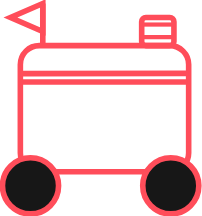
Earlier version of the draw.io export assets/svg/delivery-bot.svg (arghadeep25/arghadeep25.github.io). Source tidied: cells renumbered, new cells last; positions are measured from the earlier drawing's top-left corner, leaving out a move shared by most shapes.
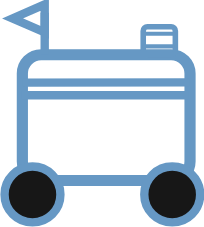
Above is the later version.

Diff of the diagram source:
```diff
@@ -2,48 +2,49 @@
   <root>
     <mxCell id="0" />
     <mxCell id="1" parent="0" />
-    <mxCell id="2" style="rounded=1;whiteSpace=wrap;html=1;gradientColor=#3333FF;fillColor=none;strokeColor=#FF4D5A;strokeWidth=4;" parent="1" vertex="1">
-      <mxGeometry x="13" y="30" width="120" height="90" as="geometry" />
+    <mxCell id="2" style="rounded=1;whiteSpace=wrap;html=1;gradientColor=#3333FF;fillColor=none;strokeColor=#6698C4;strokeWidth=8;" parent="1" vertex="1">
+      <mxGeometry x="-317.5" y="257.4" width="120" height="90" as="geometry" />
     </mxCell>
-    <mxCell id="3" style="ellipse;whiteSpace=wrap;html=1;gradientColor=none;fillColor=#171717;strokeColor=#FF4D5A;strokeWidth=4;" parent="1" vertex="1">
-      <mxGeometry x="0.2" y="110" width="40" height="40" as="geometry" />
+    <mxCell id="3" style="ellipse;whiteSpace=wrap;html=1;gradientColor=none;fillColor=#171717;strokeColor=#6698C4;strokeWidth=6;" parent="1" vertex="1">
+      <mxGeometry x="-330.2" y="337.4" width="40" height="40" as="geometry" />
     </mxCell>
-    <mxCell id="4" style="ellipse;whiteSpace=wrap;html=1;gradientColor=none;fillColor=#171717;strokeColor=#FF4D5A;strokeWidth=4;" parent="1" vertex="1">
-      <mxGeometry x="100.2" y="110" width="40" height="40" as="geometry" />
+    <mxCell id="4" style="ellipse;whiteSpace=wrap;html=1;gradientColor=none;fillColor=#171717;strokeColor=#6698C4;strokeWidth=6;" parent="1" vertex="1">
+      <mxGeometry x="-230.2" y="337.4" width="40" height="40" as="geometry" />
     </mxCell>
-    <mxCell id="5" style="endArrow=none;html=1;rounded=0;entryX=0.999;entryY=0.22;entryDx=0;entryDy=0;entryPerimeter=0;strokeColor=#FF4D5A;strokeWidth=4;" parent="1" edge="1" target="2">
+    <mxCell id="5" style="endArrow=none;html=1;rounded=0;entryX=0.999;entryY=0.22;entryDx=0;entryDy=0;entryPerimeter=0;strokeColor=#6698C4;strokeWidth=6;" parent="1" edge="1">
       <mxGeometry relative="1" as="geometry">
-        <mxPoint x="13" y="50" as="sourcePoint" />
+        <mxPoint x="-317.5" y="277.4" as="sourcePoint" />
+        <mxPoint x="-197.6" y="277.2" as="targetPoint" />
       </mxGeometry>
     </mxCell>
-    <mxCell id="6" style="endArrow=none;html=1;rounded=0;entryX=0.999;entryY=0.22;entryDx=0;entryDy=0;entryPerimeter=0;strokeColor=#FF4D5A;strokeWidth=4;" parent="1" edge="1">
+    <mxCell id="6" style="endArrow=none;html=1;rounded=0;entryX=0.999;entryY=0.22;entryDx=0;entryDy=0;entryPerimeter=0;strokeColor=#6698C4;strokeWidth=6;" parent="1" edge="1">
       <mxGeometry relative="1" as="geometry">
-        <mxPoint x="12.2" y="56" as="sourcePoint" />
-        <mxPoint x="132.2" y="56" as="targetPoint" />
+        <mxPoint x="-318.2" y="286.4" as="sourcePoint" />
+        <mxPoint x="-198.2" y="286.4" as="targetPoint" />
       </mxGeometry>
     </mxCell>
-    <mxCell id="7" style="rounded=1;whiteSpace=wrap;html=1;gradientColor=#3333FF;fillColor=none;strokeColor=#FF4D5A;strokeWidth=4;" parent="1" vertex="1">
-      <mxGeometry x="99.5" y="10" width="23" height="20" as="geometry" />
+    <mxCell id="7" style="rounded=1;whiteSpace=wrap;html=1;gradientColor=#3333FF;fillColor=none;strokeColor=#6698C4;strokeWidth=4;" parent="1" vertex="1">
+      <mxGeometry x="-231" y="237.4" width="23" height="20" as="geometry" />
     </mxCell>
-    <mxCell id="8" style="endArrow=none;html=1;rounded=0;entryX=1;entryY=0.25;entryDx=0;entryDy=0;strokeColor=#FF4D5A;strokeWidth=3;" parent="1" edge="1" target="7">
+    <mxCell id="8" style="endArrow=none;html=1;rounded=0;entryX=1;entryY=0.25;entryDx=0;entryDy=0;strokeColor=#6698C4;strokeWidth=3;" parent="1" edge="1" target="7">
       <mxGeometry relative="1" as="geometry">
-        <mxPoint x="100" y="15" as="sourcePoint" />
+        <mxPoint x="-230.5" y="242.4" as="sourcePoint" />
       </mxGeometry>
     </mxCell>
-    <mxCell id="9" style="endArrow=none;html=1;rounded=0;entryX=1;entryY=0.25;entryDx=0;entryDy=0;strokeColor=#FF4D5A;strokeWidth=3;" parent="1" edge="1">
+    <mxCell id="9" style="endArrow=none;html=1;rounded=0;entryX=1;entryY=0.25;entryDx=0;entryDy=0;strokeColor=#6698C4;strokeWidth=3;" parent="1" edge="1">
       <mxGeometry relative="1" as="geometry">
-        <mxPoint x="99" y="24" as="sourcePoint" />
-        <mxPoint x="122" y="24" as="targetPoint" />
+        <mxPoint x="-231.5" y="251.4" as="sourcePoint" />
+        <mxPoint x="-208.5" y="251.4" as="targetPoint" />
       </mxGeometry>
     </mxCell>
-    <mxCell id="10" style="endArrow=none;html=1;rounded=0;strokeColor=#FF4D5A;strokeWidth=4;" parent="1" edge="1">
+    <mxCell id="10" style="endArrow=none;html=1;rounded=0;strokeColor=#6698C4;strokeWidth=6;" parent="1" edge="1">
       <mxGeometry relative="1" as="geometry">
-        <mxPoint x="29" y="30" as="sourcePoint" />
-        <mxPoint x="29" as="targetPoint" />
+        <mxPoint x="-301.5" y="257.4" as="sourcePoint" />
+        <mxPoint x="-301.5" y="227.4" as="targetPoint" />
       </mxGeometry>
     </mxCell>
-    <mxCell id="11" style="triangle;whiteSpace=wrap;html=1;flipH=1;fillColor=none;strokeColor=#FF4D5A;strokeWidth=4;" parent="1" vertex="1">
-      <mxGeometry x="6" width="23" height="20" as="geometry" />
+    <mxCell id="11" style="triangle;whiteSpace=wrap;html=1;flipH=1;fillColor=none;strokeColor=#6698C4;strokeWidth=6;" parent="1" vertex="1">
+      <mxGeometry x="-324.5" y="221.4" width="23" height="20" as="geometry" />
     </mxCell>
   </root>
 </mxGraphModel>
```
